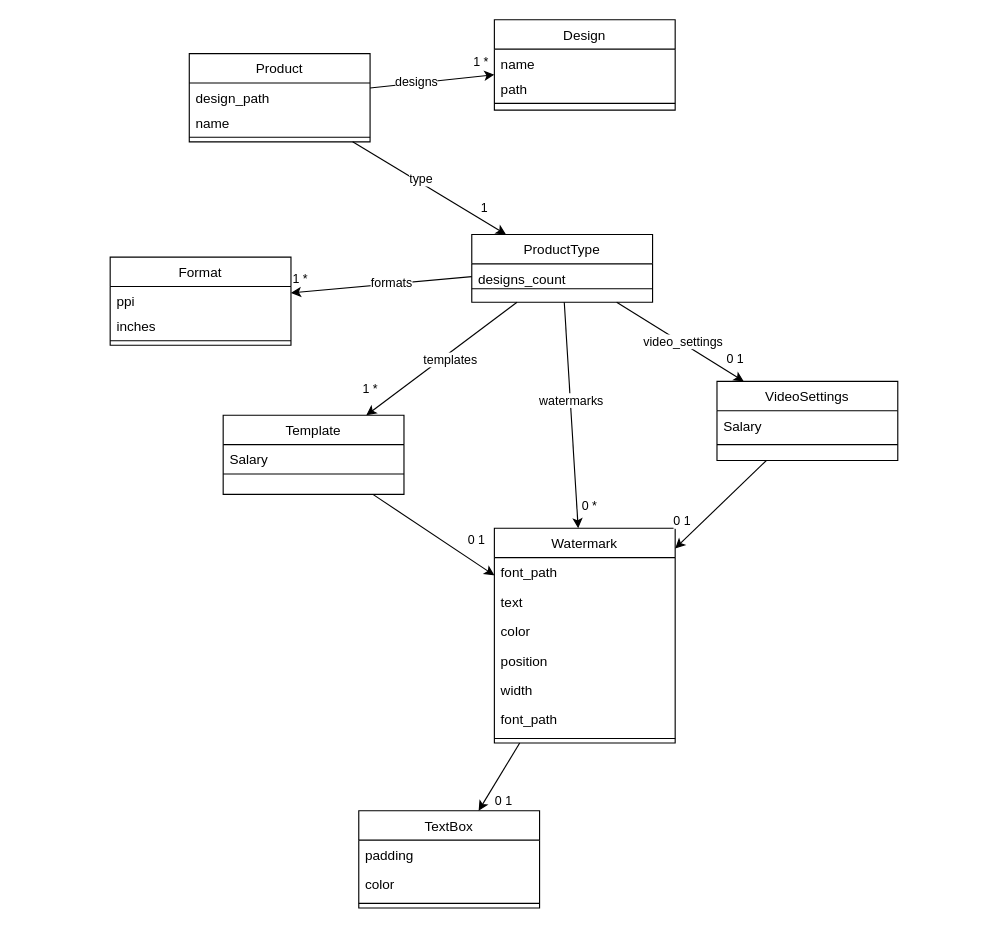
The draw.io diagram schematics/picgenius_class_diagram.drawio in Hackhim/Picgenius, before the edit. Source tidied: cells renumbered, new cells numbered last; positions are measured from the earlier drawing's top-left corner, leaving out a move shared by most shapes. Both pictures are drawn from the tidied source at 113%, with x=0, y=0 at pixel (110, 19).
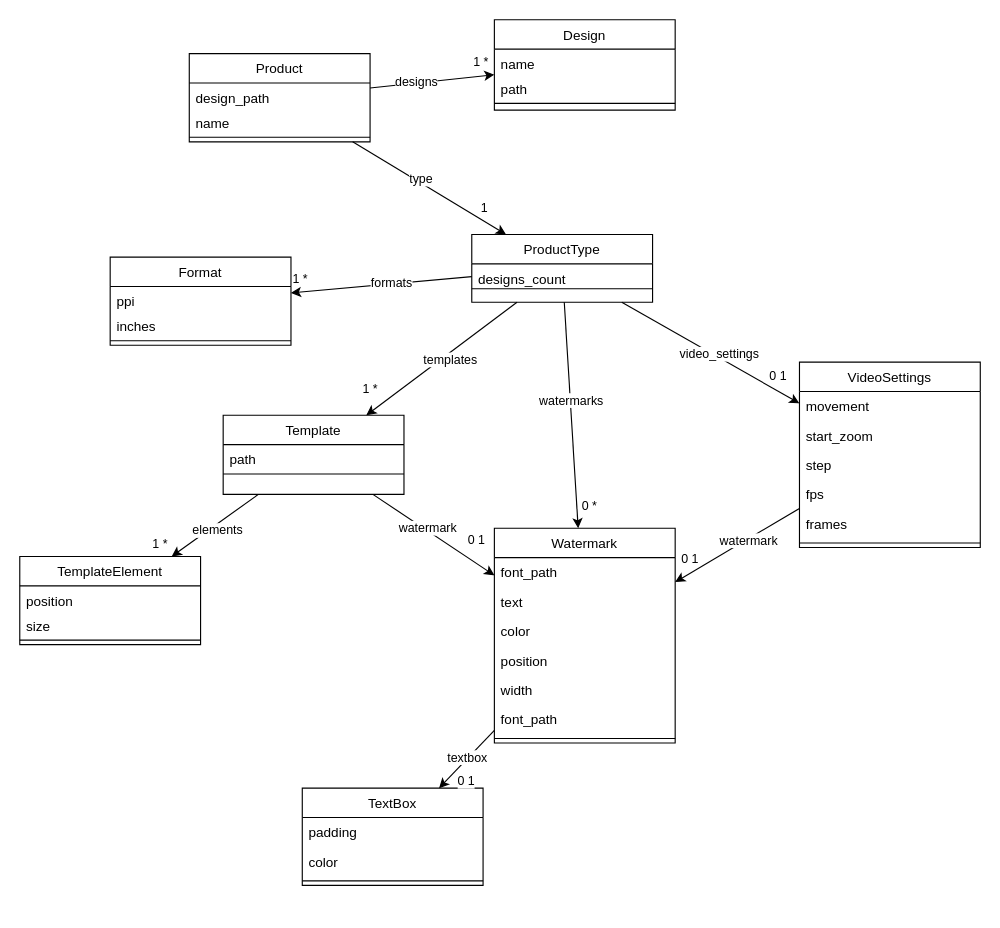
After the change.

The change refers to these unchanged cells:
```xml
<mxCell id="6" value="Template" style="swimlane;fontStyle=0;align=center;verticalAlign=top;horizontal=1;startSize=26;rounded=0;shadow=0;strokeWidth=1;" parent="1" vertex="1">
  <mxGeometry x="100" y="350" width="160" height="70" as="geometry" />
</mxCell>
<mxCell id="49" style="endArrow=classic;html=1;rounded=0;" parent="1" edge="1" source="6" target="12">
  <mxGeometry relative="1" as="geometry" />
</mxCell>
<mxCell id="51" style="endArrow=classic;html=1;rounded=0;" parent="1" edge="1" source="9" target="12">
  <mxGeometry relative="1" as="geometry" />
</mxCell>
<mxCell id="57" style="endArrow=classic;html=1;rounded=0;" parent="1" edge="1" source="12" target="53">
  <mxGeometry relative="1" as="geometry" />
</mxCell>
```

What changed in the source:
```diff
@@
-    <mxCell id="7" value="Salary" style="text;align=left;verticalAlign=top;spacingLeft=4;spacingRight=4;overflow=hidden;" parent="6" vertex="1">
+    <mxCell id="7" value="path" style="text;align=left;verticalAlign=top;spacingLeft=4;spacingRight=4;overflow=hidden;" parent="6" vertex="1">
       <mxGeometry y="26" width="160" height="22" as="geometry" />
     </mxCell>
@@
     <mxCell id="9" value="VideoSettings" style="swimlane;fontStyle=0;align=center;verticalAlign=top;horizontal=1;startSize=26;rounded=0;shadow=0;strokeWidth=1;" parent="1" vertex="1">
-      <mxGeometry x="537" y="320" width="160" height="70" as="geometry" />
+      <mxGeometry x="610" y="303" width="160" height="164" as="geometry" />
     </mxCell>
-    <mxCell id="10" value="Salary" style="text;align=left;verticalAlign=top;spacingLeft=4;spacingRight=4;overflow=hidden;" parent="9" vertex="1">
+    <mxCell id="10" value="movement" style="text;align=left;verticalAlign=top;spacingLeft=4;spacingRight=4;overflow=hidden;" parent="9" vertex="1">
       <mxGeometry y="26" width="160" height="26" as="geometry" />
     </mxCell>
+    <mxCell id="59" value="start_zoom" style="text;align=left;verticalAlign=top;spacingLeft=4;spacingRight=4;overflow=hidden;" parent="9" vertex="1">
+      <mxGeometry y="52" width="160" height="26" as="geometry" />
+    </mxCell>
+    <mxCell id="60" value="step" style="text;align=left;verticalAlign=top;spacingLeft=4;spacingRight=4;overflow=hidden;" parent="9" vertex="1">
+      <mxGeometry y="78" width="160" height="26" as="geometry" />
+    </mxCell>
+    <mxCell id="61" value="fps" style="text;align=left;verticalAlign=top;spacingLeft=4;spacingRight=4;overflow=hidden;" parent="9" vertex="1">
+      <mxGeometry y="104" width="160" height="26" as="geometry" />
+    </mxCell>
+    <mxCell id="62" value="frames" style="text;align=left;verticalAlign=top;spacingLeft=4;spacingRight=4;overflow=hidden;" parent="9" vertex="1">
+      <mxGeometry y="130" width="160" height="26" as="geometry" />
+    </mxCell>
     <mxCell id="11" style="line;html=1;strokeWidth=1;align=left;verticalAlign=middle;spacingTop=-1;spacingLeft=3;spacingRight=3;labelPosition=right;" parent="9" vertex="1">
-      <mxGeometry y="52" width="160" height="8" as="geometry" />
+      <mxGeometry y="156" width="160" height="8" as="geometry" />
     </mxCell>
@@
+    <mxCell id="63" value="watermark" style="edgeLabel;html=1;align=center;verticalAlign=middle;" parent="49" vertex="1">
+      <mxGeometry x="-0.15" y="7" relative="1" as="geometry">
+        <mxPoint x="-2" y="5" as="offset" />
+      </mxGeometry>
+    </mxCell>
@@
+    <mxCell id="64" value="watermark" style="edgeLabel;html=1;align=center;verticalAlign=middle;" parent="51" vertex="1">
+      <mxGeometry x="-0.19" y="3" relative="1" as="geometry">
+        <mxPoint x="-2" y="-1" as="offset" />
+      </mxGeometry>
+    </mxCell>
     <mxCell id="53" value="TextBox" style="swimlane;fontStyle=0;align=center;verticalAlign=top;horizontal=1;startSize=26;rounded=0;shadow=0;strokeWidth=1;" parent="1" vertex="1">
-      <mxGeometry x="220" y="700" width="160" height="86" as="geometry" />
+      <mxGeometry x="170" y="680" width="160" height="86" as="geometry" />
     </mxCell>
@@
+    <mxCell id="65" value="textbox" style="edgeLabel;html=1;align=center;verticalAlign=middle;" parent="57" vertex="1">
+      <mxGeometry x="-0.38" relative="1" as="geometry">
+        <mxPoint x="-9" y="8" as="offset" />
+      </mxGeometry>
+    </mxCell>
+    <mxCell id="66" value="TemplateElement" style="swimlane;fontStyle=0;align=center;verticalAlign=top;horizontal=1;startSize=26;rounded=0;shadow=0;strokeWidth=1;" parent="1" vertex="1">
+      <mxGeometry x="-80" y="475" width="160" height="78" as="geometry" />
+    </mxCell>
+    <mxCell id="67" value="position" style="text;align=left;verticalAlign=top;spacingLeft=4;spacingRight=4;overflow=hidden;" parent="66" vertex="1">
+      <mxGeometry y="26" width="160" height="22" as="geometry" />
+    </mxCell>
+    <mxCell id="68" value="size" style="text;align=left;verticalAlign=top;spacingLeft=4;spacingRight=4;overflow=hidden;" parent="66" vertex="1">
+      <mxGeometry y="48" width="160" height="22" as="geometry" />
+    </mxCell>
+    <mxCell id="69" style="line;html=1;strokeWidth=1;align=left;verticalAlign=middle;spacingTop=-1;spacingLeft=3;spacingRight=3;labelPosition=right;" parent="66" vertex="1">
+      <mxGeometry y="70" width="160" height="8" as="geometry" />
+    </mxCell>
+    <mxCell id="70" style="endArrow=classic;html=1;rounded=0;" parent="1" edge="1" source="6" target="66">
+      <mxGeometry relative="1" as="geometry" />
+    </mxCell>
+    <mxCell id="71" value="1 *" style="edgeLabel;html=1;align=center;verticalAlign=middle;" parent="70" vertex="1">
+      <mxGeometry x="0.49" y="3" relative="1" as="geometry">
+        <mxPoint x="-33" as="offset" />
+      </mxGeometry>
+    </mxCell>
+    <mxCell id="72" value="elements" style="edgeLabel;html=1;align=center;verticalAlign=middle;" parent="70" vertex="1">
+      <mxGeometry x="-0.17" y="2" relative="1" as="geometry">
+        <mxPoint x="-6" y="7" as="offset" />
+      </mxGeometry>
+    </mxCell>
```
